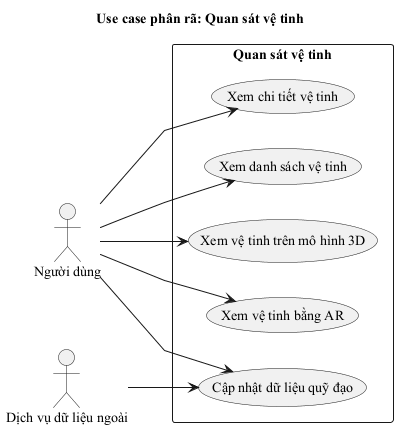
This is figures/usecase_quan_sat_ve_tinh.png from thanhmobile080604/My-Thesis-Latex, a PlantUML export, as it was before one commit.
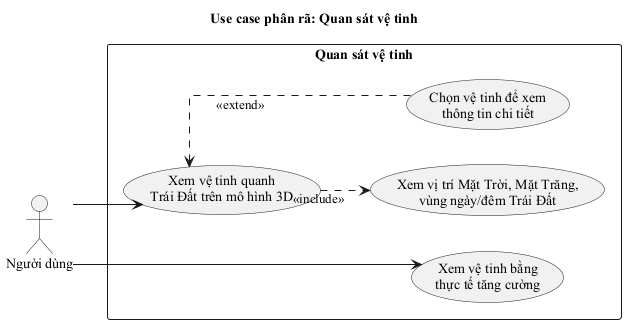
After the commit.

The edit, as a diff of the source:
```diff
@@ -1,24 +1,31 @@
 @startuml usecase_quan_sat_ve_tinh
 skinparam defaultFontName "Times New Roman"
-skinparam linetype polyline
 left to right direction
+skinparam packageStyle rectangle
+skinparam linetype ortho
+skinparam nodesep 35
+skinparam ranksep 50
 title Use case phân rã: Quan sát vệ tinh
 
 actor "Người dùng" as User
-actor "Dịch vụ dữ liệu ngoài" as Ext
 
 rectangle "Quan sát vệ tinh" {
-  usecase "Xem danh sách vệ tinh" as U1
-  usecase "Xem vệ tinh trên mô hình 3D" as U2
-  usecase "Xem vệ tinh bằng AR" as U3
-  usecase "Cập nhật dữ liệu quỹ đạo" as U4
-  usecase "Xem chi tiết vệ tinh" as U5
+
+  usecase "Xem vệ tinh quanh\nTrái Đất trên mô hình 3D" as UC_3D
+  usecase "Xem vệ tinh bằng\nthực tế tăng cường" as UC_AR
+
+  usecase "Chọn vệ tinh để xem\nthông tin chi tiết" as UC_Detail
+  usecase "Xem vị trí Mặt Trời, Mặt Trăng,\nvùng ngày/đêm Trái Đất" as UC_SpaceInfo
+
+  UC_3D -[hidden]down- UC_AR
+  UC_3D -[hidden]right- UC_Detail
+  UC_AR -[hidden]right- UC_SpaceInfo
 }
 
-User --> U1
-User --> U2
-User --> U3
-User --> U4
-User --> U5
-Ext --> U4
+User --> UC_3D
+User --> UC_AR
+
+UC_Detail ..> UC_3D : <<extend>>
+UC_3D ..> UC_SpaceInfo : <<include>>
+
 @enduml
```
